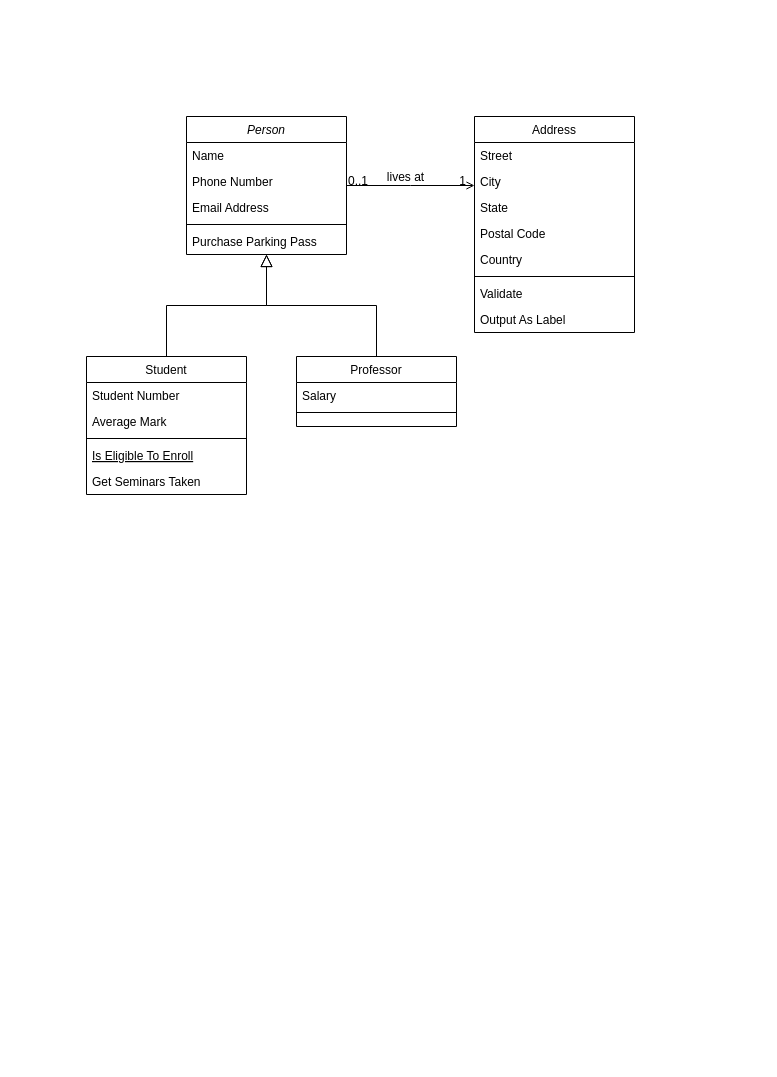
Earlier version of the draw.io diagram Untitled Diagram.drawio (Daniil-max-beep/calend). Source tidied: cells renumbered, new cells numbered last; positions are measured from the earlier drawing's top-left corner, leaving out a move shared by most shapes. Both pictures are drawn from the tidied source at 100%, with x=0, y=0 at pixel (86, 116).
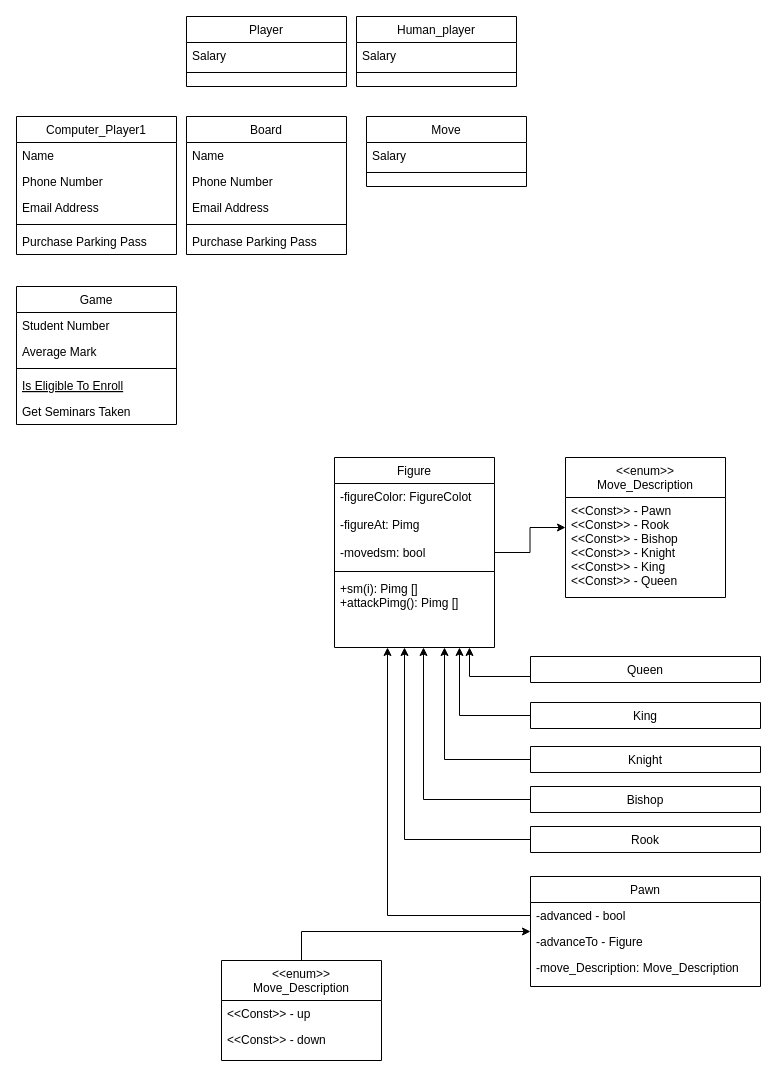
The same diagram, later.

What changed in the source:
```diff
@@
-    <mxCell id="2" value="Person" style="swimlane;fontStyle=2;align=center;verticalAlign=top;horizontal=1;startSize=26;rounded=0;shadow=0;strokeWidth=1;" parent="1" vertex="1">
+    <mxCell id="2" value="Board" style="swimlane;fontStyle=0;align=center;verticalAlign=top;horizontal=1;startSize=26;rounded=0;shadow=0;strokeWidth=1;" parent="1" vertex="1">
       <mxGeometry x="100" width="160" height="138" as="geometry" />
     </mxCell>
@@
-    <mxCell id="8" value="Student" style="swimlane;fontStyle=0;align=center;verticalAlign=top;horizontal=1;startSize=26;rounded=0;shadow=0;strokeWidth=1;" parent="1" vertex="1">
-      <mxGeometry y="240" width="160" height="138" as="geometry" />
+    <mxCell id="8" value="Game" style="swimlane;fontStyle=0;align=center;verticalAlign=top;horizontal=1;startSize=26;rounded=0;shadow=0;strokeWidth=1;" parent="1" vertex="1">
+      <mxGeometry x="-70" y="170" width="160" height="138" as="geometry" />
     </mxCell>
@@
-    <mxCell id="14" style="endArrow=block;endSize=10;endFill=0;shadow=0;strokeWidth=1;rounded=0;edgeStyle=elbowEdgeStyle;elbow=vertical;" parent="1" edge="1" source="8" target="2">
-      <mxGeometry relative="1" as="geometry" />
-    </mxCell>
-    <mxCell id="15" value="Professor" style="swimlane;fontStyle=0;align=center;verticalAlign=top;horizontal=1;startSize=26;rounded=0;shadow=0;strokeWidth=1;" parent="1" vertex="1">
-      <mxGeometry x="210" y="240" width="160" height="70" as="geometry" />
+    <mxCell id="15" value="Player" style="swimlane;fontStyle=0;align=center;verticalAlign=top;horizontal=1;startSize=26;rounded=0;shadow=0;strokeWidth=1;" parent="1" vertex="1">
+      <mxGeometry x="100" y="-100" width="160" height="70" as="geometry" />
     </mxCell>
@@
-    <mxCell id="18" style="endArrow=block;endSize=10;endFill=0;shadow=0;strokeWidth=1;rounded=0;edgeStyle=elbowEdgeStyle;elbow=vertical;" parent="1" edge="1" source="15" target="2">
-      <mxGeometry relative="1" as="geometry" />
-    </mxCell>
-    <mxCell id="19" value="Address" style="swimlane;fontStyle=0;align=center;verticalAlign=top;horizontal=1;startSize=26;rounded=0;shadow=0;strokeWidth=1;" parent="1" vertex="1">
-      <mxGeometry x="388" width="160" height="216" as="geometry" />
-    </mxCell>
-    <mxCell id="20" value="Street" style="text;align=left;verticalAlign=top;spacingLeft=4;spacingRight=4;overflow=hidden;" parent="19" vertex="1">
-      <mxGeometry y="26" width="160" height="26" as="geometry" />
-    </mxCell>
-    <mxCell id="21" value="City" style="text;align=left;verticalAlign=top;spacingLeft=4;spacingRight=4;overflow=hidden;rounded=0;shadow=0;html=0;" parent="19" vertex="1">
-      <mxGeometry y="52" width="160" height="26" as="geometry" />
-    </mxCell>
-    <mxCell id="22" value="State" style="text;align=left;verticalAlign=top;spacingLeft=4;spacingRight=4;overflow=hidden;rounded=0;shadow=0;html=0;" parent="19" vertex="1">
-      <mxGeometry y="78" width="160" height="26" as="geometry" />
-    </mxCell>
-    <mxCell id="23" value="Postal Code" style="text;align=left;verticalAlign=top;spacingLeft=4;spacingRight=4;overflow=hidden;rounded=0;shadow=0;html=0;" parent="19" vertex="1">
-      <mxGeometry y="104" width="160" height="26" as="geometry" />
-    </mxCell>
-    <mxCell id="24" value="Country" style="text;align=left;verticalAlign=top;spacingLeft=4;spacingRight=4;overflow=hidden;rounded=0;shadow=0;html=0;" parent="19" vertex="1">
-      <mxGeometry y="130" width="160" height="26" as="geometry" />
-    </mxCell>
-    <mxCell id="25" style="line;html=1;strokeWidth=1;align=left;verticalAlign=middle;spacingTop=-1;spacingLeft=3;spacingRight=3;labelPosition=right;" parent="19" vertex="1">
-      <mxGeometry y="156" width="160" height="8" as="geometry" />
-    </mxCell>
-    <mxCell id="26" value="Validate" style="text;align=left;verticalAlign=top;spacingLeft=4;spacingRight=4;overflow=hidden;" parent="19" vertex="1">
-      <mxGeometry y="164" width="160" height="26" as="geometry" />
-    </mxCell>
-    <mxCell id="27" value="Output As Label" style="text;align=left;verticalAlign=top;spacingLeft=4;spacingRight=4;overflow=hidden;" parent="19" vertex="1">
-      <mxGeometry y="190" width="160" height="26" as="geometry" />
-    </mxCell>
-    <mxCell id="28" style="endArrow=open;shadow=0;strokeWidth=1;rounded=0;endFill=1;edgeStyle=elbowEdgeStyle;elbow=vertical;" parent="1" edge="1" source="2" target="19">
-      <mxGeometry x="0.5" y="41" relative="1" as="geometry">
-        <mxPoint x="-40" y="32" as="offset" />
-      </mxGeometry>
-    </mxCell>
-    <mxCell id="29" value="0..1" style="align=left;verticalAlign=bottom;labelBackgroundColor=none;fontSize=12;" parent="28" vertex="1">
-      <mxGeometry x="-1" relative="1" as="geometry">
-        <mxPoint y="4" as="offset" />
-      </mxGeometry>
-    </mxCell>
-    <mxCell id="30" value="1" style="align=right;verticalAlign=bottom;labelBackgroundColor=none;fontSize=12;" parent="28" vertex="1">
-      <mxGeometry x="1" relative="1" as="geometry">
-        <mxPoint x="-7" y="4" as="offset" />
-      </mxGeometry>
-    </mxCell>
-    <mxCell id="31" value="lives at" style="text;html=1;align=center;verticalAlign=middle;labelBackgroundColor=none;rounded=0;shadow=0;strokeWidth=1;fontSize=12;" parent="28" vertex="1">
-      <mxGeometry x="0.5" y="49" relative="1" as="geometry">
-        <mxPoint x="-38" y="40" as="offset" />
-      </mxGeometry>
-    </mxCell>
+    <mxCell id="32" value="Computer_Player1" style="swimlane;fontStyle=0;align=center;verticalAlign=top;horizontal=1;startSize=26;rounded=0;shadow=0;strokeWidth=1;" parent="1" vertex="1">
+      <mxGeometry x="-70" width="160" height="138" as="geometry" />
+    </mxCell>
+    <mxCell id="33" value="Name" style="text;align=left;verticalAlign=top;spacingLeft=4;spacingRight=4;overflow=hidden;" parent="32" vertex="1">
+      <mxGeometry y="26" width="160" height="26" as="geometry" />
+    </mxCell>
+    <mxCell id="34" value="Phone Number" style="text;align=left;verticalAlign=top;spacingLeft=4;spacingRight=4;overflow=hidden;rounded=0;shadow=0;html=0;" parent="32" vertex="1">
+      <mxGeometry y="52" width="160" height="26" as="geometry" />
+    </mxCell>
+    <mxCell id="35" value="Email Address" style="text;align=left;verticalAlign=top;spacingLeft=4;spacingRight=4;overflow=hidden;rounded=0;shadow=0;html=0;" parent="32" vertex="1">
+      <mxGeometry y="78" width="160" height="26" as="geometry" />
+    </mxCell>
+    <mxCell id="36" style="line;html=1;strokeWidth=1;align=left;verticalAlign=middle;spacingTop=-1;spacingLeft=3;spacingRight=3;labelPosition=right;" parent="32" vertex="1">
+      <mxGeometry y="104" width="160" height="8" as="geometry" />
+    </mxCell>
+    <mxCell id="37" value="Purchase Parking Pass" style="text;align=left;verticalAlign=top;spacingLeft=4;spacingRight=4;overflow=hidden;" parent="32" vertex="1">
+      <mxGeometry y="112" width="160" height="26" as="geometry" />
+    </mxCell>
+    <mxCell id="38" style="edgeStyle=orthogonalEdgeStyle;rounded=0;jettySize=auto;html=1;" parent="1" edge="1" source="39" target="55">
+      <mxGeometry relative="1" as="geometry">
+        <Array as="points">
+          <mxPoint x="215" y="815" />
+        </Array>
+      </mxGeometry>
+    </mxCell>
+    <mxCell id="39" value="&lt;&lt;enum&gt;&gt;&#10;Move_Description" style="swimlane;fontStyle=0;align=center;verticalAlign=top;horizontal=1;startSize=40;rounded=0;shadow=0;strokeWidth=1;" parent="1" vertex="1">
+      <mxGeometry x="135" y="844" width="160" height="100" as="geometry" />
+    </mxCell>
+    <mxCell id="40" value="&lt;&lt;Const&gt;&gt; - up" style="text;align=left;verticalAlign=top;spacingLeft=4;spacingRight=4;overflow=hidden;" parent="39" vertex="1">
+      <mxGeometry y="40" width="160" height="26" as="geometry" />
+    </mxCell>
+    <mxCell id="41" value="&lt;&lt;Const&gt;&gt; - down" style="text;align=left;verticalAlign=top;spacingLeft=4;spacingRight=4;overflow=hidden;" parent="39" vertex="1">
+      <mxGeometry y="66" width="160" height="26" as="geometry" />
+    </mxCell>
+    <mxCell id="42" style="edgeStyle=orthogonalEdgeStyle;rounded=0;jettySize=auto;html=1;" parent="1" edge="1" source="43" target="68">
+      <mxGeometry relative="1" as="geometry" />
+    </mxCell>
+    <mxCell id="43" value="Figure" style="swimlane;fontStyle=0;align=center;verticalAlign=top;horizontal=1;startSize=26;rounded=0;shadow=0;strokeWidth=1;" parent="1" vertex="1">
+      <mxGeometry x="248" y="341" width="160" height="190" as="geometry" />
+    </mxCell>
+    <mxCell id="44" value="-figureColor: FigureColot&#10;&#10;-figureAt: Pimg&#10;&#10;-movedsm: bool" style="text;align=left;verticalAlign=top;spacingLeft=4;spacingRight=4;overflow=hidden;" parent="43" vertex="1">
+      <mxGeometry y="26" width="160" height="84" as="geometry" />
+    </mxCell>
+    <mxCell id="45" style="line;html=1;strokeWidth=1;align=left;verticalAlign=middle;spacingTop=-1;spacingLeft=3;spacingRight=3;labelPosition=right;" parent="43" vertex="1">
+      <mxGeometry y="110" width="160" height="8" as="geometry" />
+    </mxCell>
+    <mxCell id="46" value="+sm(i): Pimg []&#10;+attackPimg(): Pimg []&#10;" style="text;align=left;verticalAlign=top;spacingLeft=4;spacingRight=4;overflow=hidden;" parent="43" vertex="1">
+      <mxGeometry y="118" width="160" height="72" as="geometry" />
+    </mxCell>
+    <mxCell id="47" value="Human_player" style="swimlane;fontStyle=0;align=center;verticalAlign=top;horizontal=1;startSize=26;rounded=0;shadow=0;strokeWidth=1;" parent="1" vertex="1">
+      <mxGeometry x="270" y="-100" width="160" height="70" as="geometry" />
+    </mxCell>
+    <mxCell id="48" value="Salary" style="text;align=left;verticalAlign=top;spacingLeft=4;spacingRight=4;overflow=hidden;" parent="47" vertex="1">
+      <mxGeometry y="26" width="160" height="26" as="geometry" />
+    </mxCell>
+    <mxCell id="49" style="line;html=1;strokeWidth=1;align=left;verticalAlign=middle;spacingTop=-1;spacingLeft=3;spacingRight=3;labelPosition=right;" parent="47" vertex="1">
+      <mxGeometry y="52" width="160" height="8" as="geometry" />
+    </mxCell>
+    <mxCell id="50" value="Move" style="swimlane;fontStyle=0;align=center;verticalAlign=top;horizontal=1;startSize=26;rounded=0;shadow=0;strokeWidth=1;" parent="1" vertex="1">
+      <mxGeometry x="280" width="160" height="70" as="geometry" />
+    </mxCell>
+    <mxCell id="51" value="Salary" style="text;align=left;verticalAlign=top;spacingLeft=4;spacingRight=4;overflow=hidden;" parent="50" vertex="1">
+      <mxGeometry y="26" width="160" height="26" as="geometry" />
+    </mxCell>
+    <mxCell id="52" style="line;html=1;strokeWidth=1;align=left;verticalAlign=middle;spacingTop=-1;spacingLeft=3;spacingRight=3;labelPosition=right;" parent="50" vertex="1">
+      <mxGeometry y="52" width="160" height="8" as="geometry" />
+    </mxCell>
+    <mxCell id="53" style="edgeStyle=orthogonalEdgeStyle;rounded=0;jettySize=auto;html=1;" parent="1" edge="1" source="54" target="43">
+      <mxGeometry relative="1" as="geometry">
+        <Array as="points">
+          <mxPoint x="318" y="723" />
+        </Array>
+      </mxGeometry>
+    </mxCell>
+    <mxCell id="54" value="Rook" style="swimlane;fontStyle=0;align=center;verticalAlign=top;horizontal=1;startSize=26;rounded=0;shadow=0;strokeWidth=1;" parent="1" vertex="1" collapsed="1">
+      <mxGeometry x="444" y="710" width="230" height="26" as="geometry" />
+    </mxCell>
+    <mxCell id="55" value="Pawn" style="swimlane;fontStyle=0;align=center;verticalAlign=top;horizontal=1;startSize=26;rounded=0;shadow=0;strokeWidth=1;" parent="1" vertex="1">
+      <mxGeometry x="444" y="760" width="230" height="110" as="geometry" />
+    </mxCell>
+    <mxCell id="56" value="-advanced - bool " style="text;align=left;verticalAlign=top;spacingLeft=4;spacingRight=4;overflow=hidden;points=[[0,0.5],[1,0.5]];portConstraint=eastwest;" parent="55" vertex="1">
+      <mxGeometry y="26" width="230" height="26" as="geometry" />
+    </mxCell>
+    <mxCell id="57" value="-advanceTo - Figure" style="text;align=left;verticalAlign=top;spacingLeft=4;spacingRight=4;overflow=hidden;" parent="55" vertex="1">
+      <mxGeometry y="52" width="230" height="26" as="geometry" />
+    </mxCell>
+    <mxCell id="58" value="-move_Description: Move_Description" style="text;align=left;verticalAlign=top;spacingLeft=4;spacingRight=4;overflow=hidden;" parent="55" vertex="1">
+      <mxGeometry y="78" width="230" height="26" as="geometry" />
+    </mxCell>
+    <mxCell id="59" style="edgeStyle=orthogonalEdgeStyle;rounded=0;jettySize=auto;html=1;" parent="1" edge="1" source="60" target="43">
+      <mxGeometry relative="1" as="geometry">
+        <Array as="points">
+          <mxPoint x="337" y="683" />
+        </Array>
+      </mxGeometry>
+    </mxCell>
+    <mxCell id="60" value="Bishop" style="swimlane;fontStyle=0;align=center;verticalAlign=top;horizontal=1;startSize=26;rounded=0;shadow=0;strokeWidth=1;" parent="1" vertex="1" collapsed="1">
+      <mxGeometry x="444" y="670" width="230" height="26" as="geometry" />
+    </mxCell>
+    <mxCell id="61" style="edgeStyle=orthogonalEdgeStyle;rounded=0;jettySize=auto;html=1;" parent="1" edge="1" source="62" target="43">
+      <mxGeometry relative="1" as="geometry">
+        <Array as="points">
+          <mxPoint x="358" y="643" />
+        </Array>
+      </mxGeometry>
+    </mxCell>
+    <mxCell id="62" value="Knight" style="swimlane;fontStyle=0;align=center;verticalAlign=top;horizontal=1;startSize=26;rounded=0;shadow=0;strokeWidth=1;" parent="1" vertex="1" collapsed="1">
+      <mxGeometry x="444" y="630" width="230" height="26" as="geometry" />
+    </mxCell>
+    <mxCell id="63" style="edgeStyle=orthogonalEdgeStyle;rounded=0;jettySize=auto;html=1;" parent="1" edge="1" source="64" target="43">
+      <mxGeometry relative="1" as="geometry">
+        <Array as="points">
+          <mxPoint x="373" y="599" />
+        </Array>
+      </mxGeometry>
+    </mxCell>
+    <mxCell id="64" value="King" style="swimlane;fontStyle=0;align=center;verticalAlign=top;horizontal=1;startSize=26;rounded=0;shadow=0;strokeWidth=1;" parent="1" vertex="1" collapsed="1">
+      <mxGeometry x="444" y="586" width="230" height="26" as="geometry" />
+    </mxCell>
+    <mxCell id="65" style="edgeStyle=orthogonalEdgeStyle;rounded=0;jettySize=auto;html=1;" parent="1" edge="1" source="66" target="43">
+      <mxGeometry relative="1" as="geometry">
+        <Array as="points">
+          <mxPoint x="383" y="560" />
+        </Array>
+      </mxGeometry>
+    </mxCell>
+    <mxCell id="66" value="Queen" style="swimlane;fontStyle=0;align=center;verticalAlign=top;horizontal=1;startSize=26;rounded=0;shadow=0;strokeWidth=1;" parent="1" vertex="1" collapsed="1">
+      <mxGeometry x="444" y="540" width="230" height="26" as="geometry" />
+    </mxCell>
+    <mxCell id="67" style="edgeStyle=orthogonalEdgeStyle;rounded=0;jettySize=auto;html=1;" parent="1" edge="1" source="56" target="43">
+      <mxGeometry relative="1" as="geometry">
+        <Array as="points">
+          <mxPoint x="301" y="799" />
+        </Array>
+      </mxGeometry>
+    </mxCell>
+    <mxCell id="68" value="&lt;&lt;enum&gt;&gt;&#10;Move_Description" style="swimlane;fontStyle=0;align=center;verticalAlign=top;horizontal=1;startSize=40;rounded=0;shadow=0;strokeWidth=1;" parent="1" vertex="1">
+      <mxGeometry x="479" y="341" width="160" height="140" as="geometry" />
+    </mxCell>
+    <mxCell id="69" value="&lt;&lt;Const&gt;&gt; - Pawn&#10;&lt;&lt;Const&gt;&gt; - Rook&#10;&lt;&lt;Const&gt;&gt; - Bishop&#10;&lt;&lt;Const&gt;&gt; - Knight&#10;&lt;&lt;Const&gt;&gt; - King&#10;&lt;&lt;Const&gt;&gt; - Queen&#10;" style="text;align=left;verticalAlign=top;spacingLeft=4;spacingRight=4;overflow=hidden;" parent="68" vertex="1">
+      <mxGeometry y="40" width="160" height="100" as="geometry" />
+    </mxCell>
```
